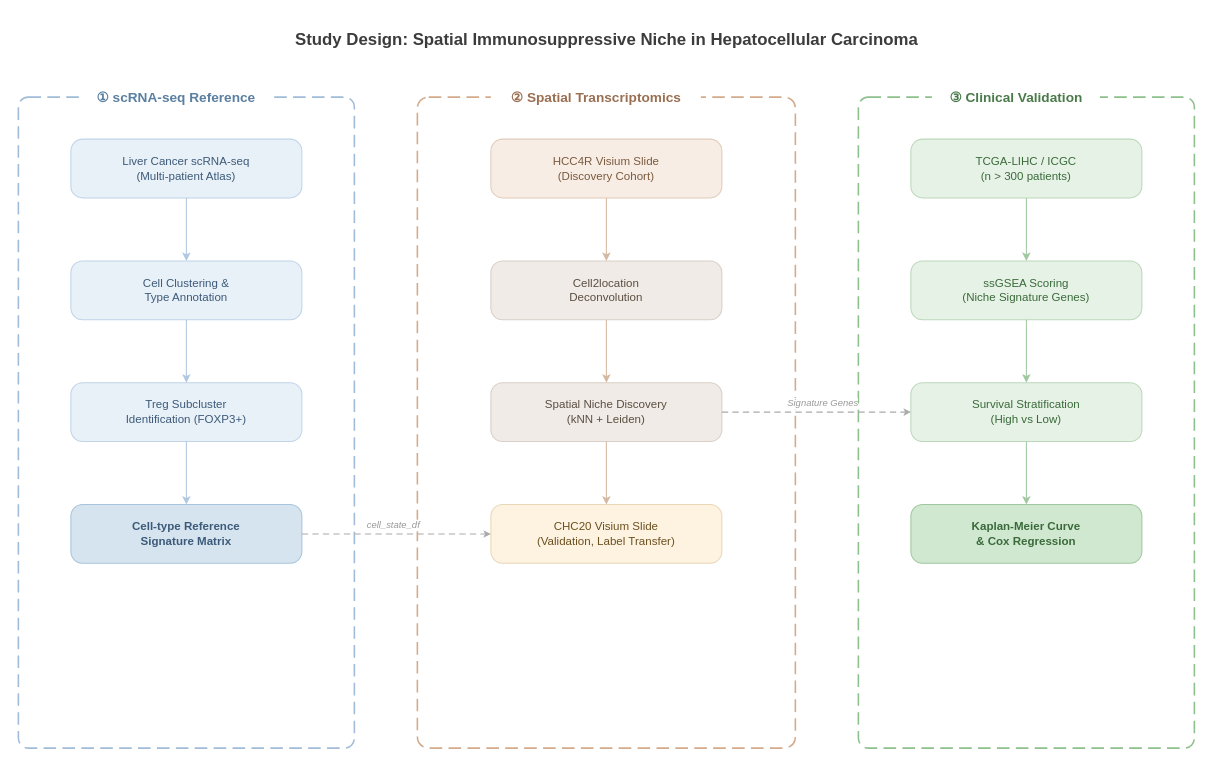
The draw.io diagram docs/study_design.drawio in Yifei-Tian/Single-cell-spatial_transcriptomics, before the edit. Source tidied: cells renumbered, new cells numbered last; positions are measured from the earlier drawing's top-left corner, leaving out a move shared by most shapes. Both pictures are drawn from the tidied source at 105%, with x=0, y=0 at pixel (18, 23).
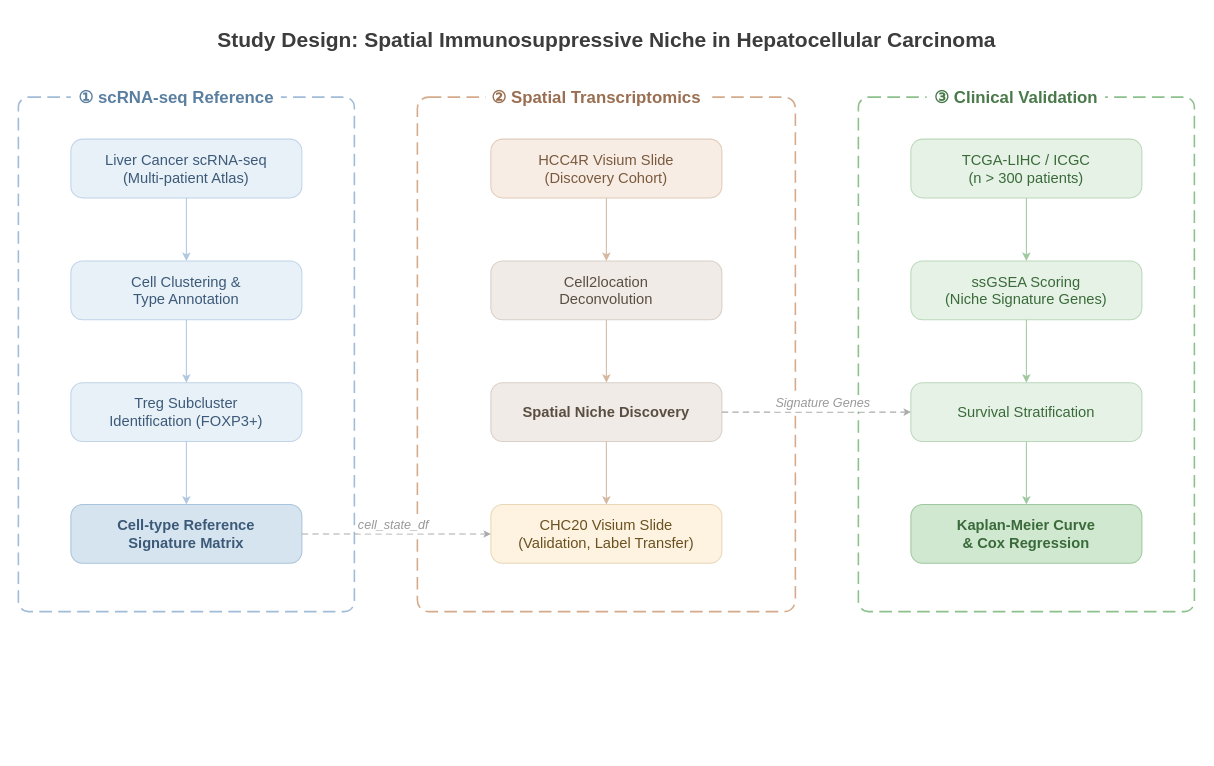
After the change.

Unchanged cells that the change refers to:
```xml
<mxCell id="30" style="edgeStyle=orthogonalEdgeStyle;rounded=0;jettySize=auto;html=1;exitX=1;exitY=0.5;exitDx=0;exitDy=0;entryX=0;entryY=0.5;entryDx=0;entryDy=0;strokeColor=#AAAAAA;strokeWidth=1;dashed=1;dashPattern=6 4;endArrow=classic;endSize=4;" parent="1" edge="1" source="8" target="17">
  <mxGeometry relative="1" as="geometry">
    <Array as="points">
      <mxPoint x="370" y="486" />
    </Array>
  </mxGeometry>
</mxCell>
<mxCell id="32" style="edgeStyle=orthogonalEdgeStyle;rounded=0;jettySize=auto;html=1;exitX=1;exitY=0.5;exitDx=0;exitDy=0;entryX=0;entryY=0.5;entryDx=0;entryDy=0;strokeColor=#AAAAAA;strokeWidth=1;dashed=1;dashPattern=6 4;endArrow=classic;endSize=4;" parent="1" edge="1" source="16" target="25">
  <mxGeometry relative="1" as="geometry">
    <Array as="points">
      <mxPoint x="790" y="370" />
    </Array>
  </mxGeometry>
</mxCell>
```

The edit, as a diff of the source:
```diff
@@
-    <mxCell id="2" value="Study Design: Spatial Immunosuppressive Niche in Hepatocellular Carcinoma" style="text;html=1;align=center;verticalAlign=middle;strokeColor=none;fillColor=none;fontStyle=1;fontSize=16;fontColor=#3c3c3c;" parent="1" vertex="1">
-      <mxGeometry x="285" width="550" height="30" as="geometry" />
+    <mxCell id="2" value="&lt;font style=&quot;font-size: 20px;&quot;&gt;Study Design: Spatial Immunosuppressive Niche in Hepatocellular Carcinoma&lt;/font&gt;" style="text;html=1;align=center;verticalAlign=middle;strokeColor=none;fillColor=none;fontStyle=1;fontSize=16;fontColor=#3c3c3c;" parent="1" vertex="1">
+      <mxGeometry x="205" y="-5" width="710" height="40" as="geometry" />
     </mxCell>
     <mxCell id="3" style="rounded=1;whiteSpace=wrap;html=1;strokeWidth=1.5;strokeColor=#A0BCD8;fillColor=none;dashed=1;dashPattern=8 4;arcSize=3;" parent="1" vertex="1">
-      <mxGeometry y="70" width="320" height="620" as="geometry" />
+      <mxGeometry y="70" width="320" height="490" as="geometry" />
     </mxCell>
-    <mxCell id="4" value="① scRNA-seq Reference" style="text;html=1;align=center;verticalAlign=middle;strokeColor=none;fillColor=#ffffff;fontStyle=1;fontSize=13;fontColor=#5A7FA0;labelBackgroundColor=#ffffff;" parent="1" vertex="1">
-      <mxGeometry x="60" y="56" width="180" height="28" as="geometry" />
+    <mxCell id="4" value="&lt;font style=&quot;font-size: 16px;&quot;&gt;① scRNA-seq Reference&lt;/font&gt;" style="text;html=1;align=center;verticalAlign=middle;strokeColor=none;fillColor=#ffffff;fontStyle=1;fontSize=13;fontColor=#5A7FA0;labelBackgroundColor=#ffffff;" parent="1" vertex="1">
+      <mxGeometry x="50" y="55" width="200" height="30" as="geometry" />
     </mxCell>
-    <mxCell id="5" value="Liver Cancer scRNA-seq&#10;(Multi-patient Atlas)" style="rounded=1;whiteSpace=wrap;html=1;fillColor=#E8F0F8;strokeColor=#C0D4E8;fontColor=#3C5A78;fontSize=11;fontStyle=0;arcSize=20;strokeWidth=1;" parent="1" vertex="1">
+    <mxCell id="5" value="&lt;font style=&quot;font-size: 14px;&quot;&gt;Liver Cancer scRNA-seq&lt;br&gt;(Multi-patient Atlas)&lt;/font&gt;" style="rounded=1;whiteSpace=wrap;html=1;fillColor=#E8F0F8;strokeColor=#C0D4E8;fontColor=#3C5A78;fontSize=11;fontStyle=0;arcSize=20;strokeWidth=1;" parent="1" vertex="1">
       <mxGeometry x="50" y="110" width="220" height="56" as="geometry" />
     </mxCell>
-    <mxCell id="6" value="Cell Clustering &amp;&#10;Type Annotation" style="rounded=1;whiteSpace=wrap;html=1;fillColor=#E8F0F8;strokeColor=#C0D4E8;fontColor=#3C5A78;fontSize=11;fontStyle=0;arcSize=20;strokeWidth=1;" parent="1" vertex="1">
+    <mxCell id="6" value="&lt;font style=&quot;font-size: 14px;&quot;&gt;Cell Clustering &amp;amp;&lt;br&gt;Type Annotation&lt;/font&gt;" style="rounded=1;whiteSpace=wrap;html=1;fillColor=#E8F0F8;strokeColor=#C0D4E8;fontColor=#3C5A78;fontSize=11;fontStyle=0;arcSize=20;strokeWidth=1;" parent="1" vertex="1">
       <mxGeometry x="50" y="226" width="220" height="56" as="geometry" />
     </mxCell>
-    <mxCell id="7" value="Treg Subcluster&#10;Identification (FOXP3+)" style="rounded=1;whiteSpace=wrap;html=1;fillColor=#E8F0F8;strokeColor=#C0D4E8;fontColor=#3C5A78;fontSize=11;fontStyle=0;arcSize=20;strokeWidth=1;" parent="1" vertex="1">
+    <mxCell id="7" value="&lt;font style=&quot;font-size: 14px;&quot;&gt;Treg Subcluster&lt;br&gt;Identification (FOXP3+)&lt;/font&gt;" style="rounded=1;whiteSpace=wrap;html=1;fillColor=#E8F0F8;strokeColor=#C0D4E8;fontColor=#3C5A78;fontSize=11;fontStyle=0;arcSize=20;strokeWidth=1;" parent="1" vertex="1">
       <mxGeometry x="50" y="342" width="220" height="56" as="geometry" />
     </mxCell>
-    <mxCell id="8" value="Cell-type Reference&#10;Signature Matrix" style="rounded=1;whiteSpace=wrap;html=1;fillColor=#D6E4F0;strokeColor=#A8C4DC;fontColor=#3C5A78;fontSize=11;fontStyle=1;arcSize=20;strokeWidth=1;" parent="1" vertex="1">
+    <mxCell id="8" value="&lt;font style=&quot;font-size: 14px;&quot;&gt;Cell-type Reference&lt;br&gt;Signature Matrix&lt;/font&gt;" style="rounded=1;whiteSpace=wrap;html=1;fillColor=#D6E4F0;strokeColor=#A8C4DC;fontColor=#3C5A78;fontSize=11;fontStyle=1;arcSize=20;strokeWidth=1;" parent="1" vertex="1">
       <mxGeometry x="50" y="458" width="220" height="56" as="geometry" />
     </mxCell>
@@
     <mxCell id="12" style="rounded=1;whiteSpace=wrap;html=1;strokeWidth=1.5;strokeColor=#D4AA8A;fillColor=none;dashed=1;dashPattern=8 4;arcSize=3;" parent="1" vertex="1">
-      <mxGeometry x="380" y="70" width="360" height="620" as="geometry" />
+      <mxGeometry x="380" y="70" width="360" height="490" as="geometry" />
     </mxCell>
-    <mxCell id="13" value="② Spatial Transcriptomics" style="text;html=1;align=center;verticalAlign=middle;strokeColor=none;fillColor=#ffffff;fontStyle=1;fontSize=13;fontColor=#9A6E50;labelBackgroundColor=#ffffff;" parent="1" vertex="1">
-      <mxGeometry x="450" y="56" width="200" height="28" as="geometry" />
+    <mxCell id="13" value="&lt;font style=&quot;font-size: 16px;&quot;&gt;② Spatial Transcriptomics&lt;/font&gt;" style="text;html=1;align=center;verticalAlign=middle;strokeColor=none;fillColor=#ffffff;fontStyle=1;fontSize=13;fontColor=#9A6E50;labelBackgroundColor=#ffffff;" parent="1" vertex="1">
+      <mxGeometry x="445" y="55" width="210" height="30" as="geometry" />
     </mxCell>
-    <mxCell id="14" value="HCC4R Visium Slide&#10;(Discovery Cohort)" style="rounded=1;whiteSpace=wrap;html=1;fillColor=#F8EDE4;strokeColor=#E0CCBA;fontColor=#7A5A3E;fontSize=11;fontStyle=0;arcSize=20;strokeWidth=1;" parent="1" vertex="1">
+    <mxCell id="14" value="&lt;font style=&quot;font-size: 14px;&quot;&gt;HCC4R Visium Slide&lt;br&gt;(Discovery Cohort)&lt;/font&gt;" style="rounded=1;whiteSpace=wrap;html=1;fillColor=#F8EDE4;strokeColor=#E0CCBA;fontColor=#7A5A3E;fontSize=11;fontStyle=0;arcSize=20;strokeWidth=1;" parent="1" vertex="1">
       <mxGeometry x="450" y="110" width="220" height="56" as="geometry" />
     </mxCell>
-    <mxCell id="15" value="Cell2location&#10;Deconvolution" style="rounded=1;whiteSpace=wrap;html=1;fillColor=#F0EBE6;strokeColor=#D8D0C8;fontColor=#5A4E42;fontSize=11;fontStyle=0;arcSize=20;strokeWidth=1;" parent="1" vertex="1">
+    <mxCell id="15" value="&lt;font style=&quot;font-size: 14px;&quot;&gt;Cell2location&lt;br&gt;Deconvolution&lt;/font&gt;" style="rounded=1;whiteSpace=wrap;html=1;fillColor=#F0EBE6;strokeColor=#D8D0C8;fontColor=#5A4E42;fontSize=11;fontStyle=0;arcSize=20;strokeWidth=1;" parent="1" vertex="1">
       <mxGeometry x="450" y="226" width="220" height="56" as="geometry" />
     </mxCell>
-    <mxCell id="16" value="Spatial Niche Discovery&#10;(kNN + Leiden)" style="rounded=1;whiteSpace=wrap;html=1;fillColor=#F0EBE6;strokeColor=#D8D0C8;fontColor=#5A4E42;fontSize=11;fontStyle=0;arcSize=20;strokeWidth=1;" parent="1" vertex="1">
+    <mxCell id="16" value="&lt;font style=&quot;font-size: 14px;&quot;&gt;&lt;b&gt;Spatial Niche Discovery&lt;/b&gt;&lt;br&gt;&lt;/font&gt;" style="rounded=1;whiteSpace=wrap;html=1;fillColor=#F0EBE6;strokeColor=#D8D0C8;fontColor=#5A4E42;fontSize=11;fontStyle=0;arcSize=20;strokeWidth=1;" parent="1" vertex="1">
       <mxGeometry x="450" y="342" width="220" height="56" as="geometry" />
     </mxCell>
-    <mxCell id="17" value="CHC20 Visium Slide&#10;(Validation, Label Transfer)" style="rounded=1;whiteSpace=wrap;html=1;fillColor=#FDF3E0;strokeColor=#E8D8B8;fontColor=#6B5020;fontSize=11;fontStyle=0;arcSize=20;strokeWidth=1;" parent="1" vertex="1">
+    <mxCell id="17" value="&lt;font style=&quot;font-size: 14px;&quot;&gt;CHC20 Visium Slide&lt;br&gt;(Validation, Label Transfer)&lt;/font&gt;" style="rounded=1;whiteSpace=wrap;html=1;fillColor=#FDF3E0;strokeColor=#E8D8B8;fontColor=#6B5020;fontSize=11;fontStyle=0;arcSize=20;strokeWidth=1;" parent="1" vertex="1">
       <mxGeometry x="450" y="458" width="220" height="56" as="geometry" />
     </mxCell>
@@
     <mxCell id="21" style="rounded=1;whiteSpace=wrap;html=1;strokeWidth=1.5;strokeColor=#8CC08C;fillColor=none;dashed=1;dashPattern=8 4;arcSize=3;" parent="1" vertex="1">
-      <mxGeometry x="800" y="70" width="320" height="620" as="geometry" />
+      <mxGeometry x="800" y="70" width="320" height="490" as="geometry" />
     </mxCell>
-    <mxCell id="22" value="③ Clinical Validation" style="text;html=1;align=center;verticalAlign=middle;strokeColor=none;fillColor=#ffffff;fontStyle=1;fontSize=13;fontColor=#4A7A4A;labelBackgroundColor=#ffffff;" parent="1" vertex="1">
-      <mxGeometry x="870" y="56" width="160" height="28" as="geometry" />
+    <mxCell id="22" value="&lt;font style=&quot;font-size: 16px;&quot;&gt;③ Clinical Validation&lt;/font&gt;" style="text;html=1;align=center;verticalAlign=middle;strokeColor=none;fillColor=#ffffff;fontStyle=1;fontSize=13;fontColor=#4A7A4A;labelBackgroundColor=#ffffff;" parent="1" vertex="1">
+      <mxGeometry x="865" y="55" width="170" height="30" as="geometry" />
     </mxCell>
-    <mxCell id="23" value="TCGA-LIHC / ICGC&#10;(n &gt; 300 patients)" style="rounded=1;whiteSpace=wrap;html=1;fillColor=#E6F2E6;strokeColor=#BCD8BC;fontColor=#3A6A3A;fontSize=11;fontStyle=0;arcSize=20;strokeWidth=1;" parent="1" vertex="1">
+    <mxCell id="23" value="&lt;font style=&quot;font-size: 14px;&quot;&gt;TCGA-LIHC / ICGC&lt;br&gt;(n &amp;gt; 300 patients)&lt;/font&gt;" style="rounded=1;whiteSpace=wrap;html=1;fillColor=#E6F2E6;strokeColor=#BCD8BC;fontColor=#3A6A3A;fontSize=11;fontStyle=0;arcSize=20;strokeWidth=1;" parent="1" vertex="1">
       <mxGeometry x="850" y="110" width="220" height="56" as="geometry" />
     </mxCell>
-    <mxCell id="24" value="ssGSEA Scoring&#10;(Niche Signature Genes)" style="rounded=1;whiteSpace=wrap;html=1;fillColor=#E6F2E6;strokeColor=#BCD8BC;fontColor=#3A6A3A;fontSize=11;fontStyle=0;arcSize=20;strokeWidth=1;" parent="1" vertex="1">
+    <mxCell id="24" value="&lt;font style=&quot;font-size: 14px;&quot;&gt;ssGSEA Scoring&lt;br&gt;(Niche Signature Genes)&lt;/font&gt;" style="rounded=1;whiteSpace=wrap;html=1;fillColor=#E6F2E6;strokeColor=#BCD8BC;fontColor=#3A6A3A;fontSize=11;fontStyle=0;arcSize=20;strokeWidth=1;" parent="1" vertex="1">
       <mxGeometry x="850" y="226" width="220" height="56" as="geometry" />
     </mxCell>
-    <mxCell id="25" value="Survival Stratification&#10;(High vs Low)" style="rounded=1;whiteSpace=wrap;html=1;fillColor=#E6F2E6;strokeColor=#BCD8BC;fontColor=#3A6A3A;fontSize=11;fontStyle=0;arcSize=20;strokeWidth=1;" parent="1" vertex="1">
+    <mxCell id="25" value="&lt;font style=&quot;font-size: 14px;&quot;&gt;Survival Stratification&lt;br&gt;&lt;/font&gt;" style="rounded=1;whiteSpace=wrap;html=1;fillColor=#E6F2E6;strokeColor=#BCD8BC;fontColor=#3A6A3A;fontSize=11;fontStyle=0;arcSize=20;strokeWidth=1;" parent="1" vertex="1">
       <mxGeometry x="850" y="342" width="220" height="56" as="geometry" />
     </mxCell>
-    <mxCell id="26" value="Kaplan-Meier Curve&#10;&amp; Cox Regression" style="rounded=1;whiteSpace=wrap;html=1;fillColor=#D0E8D0;strokeColor=#A0C8A0;fontColor=#3A6A3A;fontSize=11;fontStyle=1;arcSize=20;strokeWidth=1;" parent="1" vertex="1">
+    <mxCell id="26" value="&lt;font style=&quot;font-size: 14px;&quot;&gt;Kaplan-Meier Curve&lt;br&gt;&amp;amp; Cox Regression&lt;/font&gt;" style="rounded=1;whiteSpace=wrap;html=1;fillColor=#D0E8D0;strokeColor=#A0C8A0;fontColor=#3A6A3A;fontSize=11;fontStyle=1;arcSize=20;strokeWidth=1;" parent="1" vertex="1">
       <mxGeometry x="850" y="458" width="220" height="56" as="geometry" />
     </mxCell>
@@
-    <mxCell id="31" value="cell_state_df" style="edgeLabel;html=1;align=center;verticalAlign=middle;fontSize=9;fontColor=#999999;fontStyle=2;labelBackgroundColor=#ffffff;" parent="30" vertex="1">
+    <mxCell id="31" value="&lt;font style=&quot;font-size: 12px;&quot;&gt;cell_state_df&lt;/font&gt;" style="edgeLabel;html=1;align=center;verticalAlign=middle;fontSize=9;fontColor=#999999;fontStyle=2;labelBackgroundColor=#ffffff;" parent="30" vertex="1">
       <mxGeometry x="-0.05" y="-1" relative="1" as="geometry">
         <mxPoint y="-10" as="offset" />
       </mxGeometry>
     </mxCell>
@@
-    <mxCell id="33" value="Signature Genes" style="edgeLabel;html=1;align=center;verticalAlign=middle;fontSize=9;fontColor=#999999;fontStyle=2;labelBackgroundColor=#ffffff;" parent="32" vertex="1">
+    <mxCell id="33" value="&lt;font style=&quot;font-size: 12px;&quot;&gt;Signature Genes&lt;/font&gt;" style="edgeLabel;html=1;align=center;verticalAlign=middle;fontSize=9;fontColor=#999999;fontStyle=2;labelBackgroundColor=#ffffff;" parent="32" vertex="1">
       <mxGeometry x="0.05" y="-1" relative="1" as="geometry">
         <mxPoint y="-10" as="offset" />
       </mxGeometry>
     </mxCell>
+    <mxCell id="34" style="edgeStyle=orthogonalEdgeStyle;rounded=0;orthogonalLoop=1;jettySize=auto;html=1;exitX=0.5;exitY=1;exitDx=0;exitDy=0;" parent="1" edge="1" source="12" target="12">
+      <mxGeometry relative="1" as="geometry" />
+    </mxCell>
```
